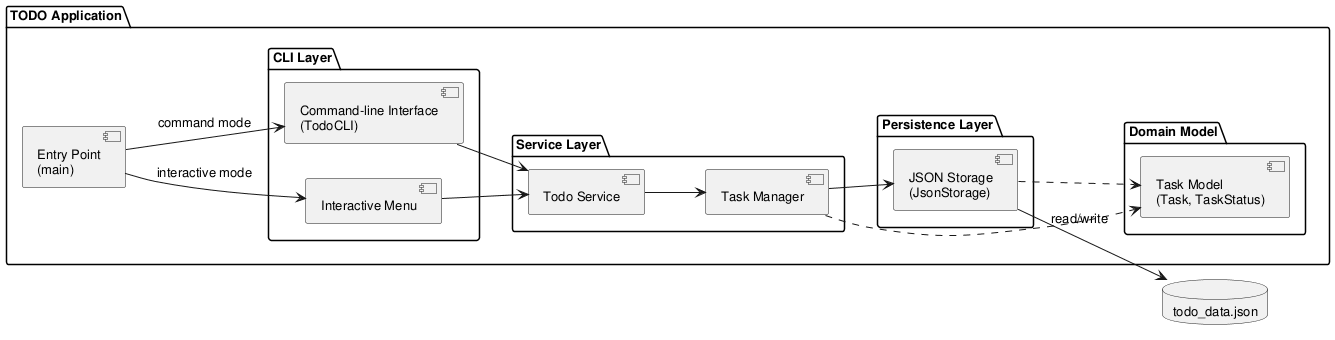
Before: experiments/broadcast/structured_text/TODO/artifacts/component_diagram.png, a diagram exported from PlantUML (DanielRiha8906/Software_autoevolution_using_agents).
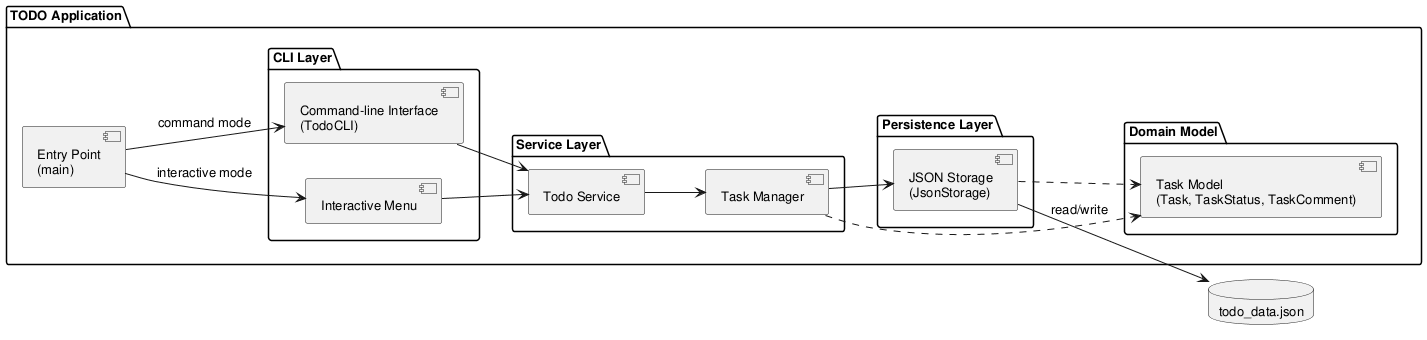
The same diagram one commit later.

The edit, as a diff of the source:
```diff
@@ -20,7 +20,7 @@
     }
 
     package "Domain Model" {
-        component "Task Model\n(Task, TaskStatus)" as Model
+        component "Task Model\n(Task, TaskStatus, TaskComment)" as Model
     }
 
     package "Persistence Layer" {
```
